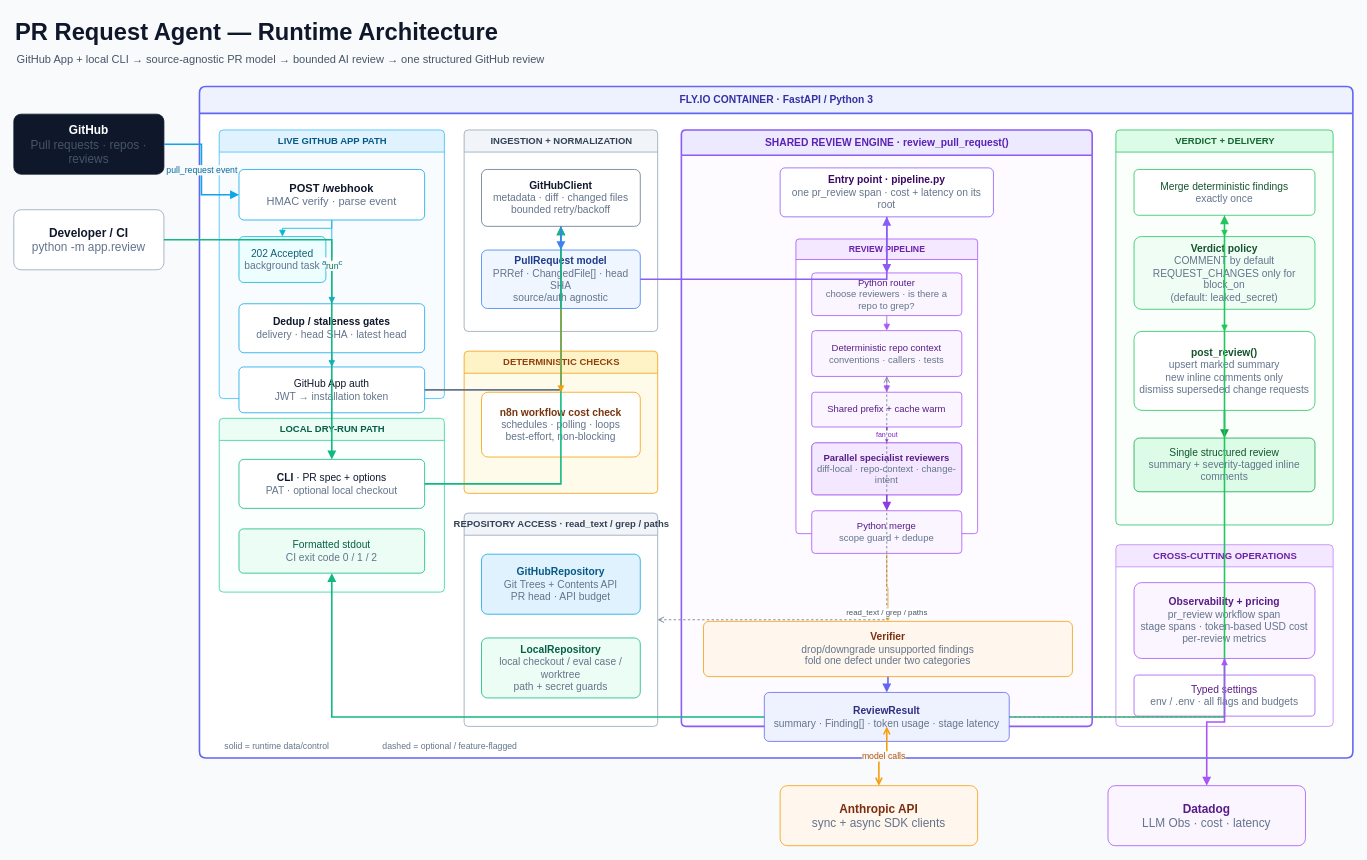
This is docs/pr-request-agent-architecture.drawio from snacksnack/pr_agent, a draw.io file, before an edit. Source tidied: cells renumbered, new cells numbered last; positions are measured from the earlier drawing's top-left corner, leaving out a move shared by most shapes. Both pictures are drawn from the tidied source at 79%, with x=0, y=0 at pixel (13, 13).
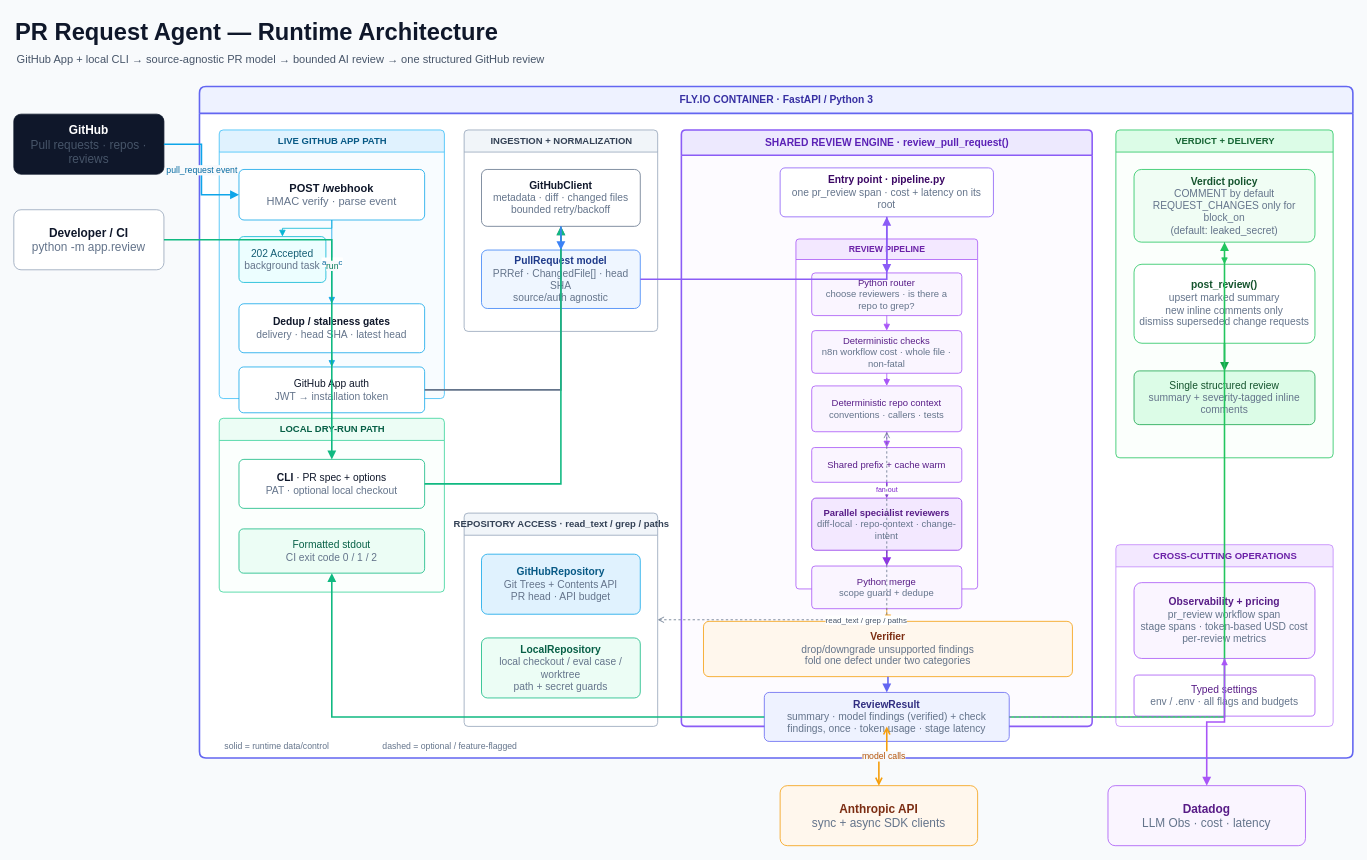
After the change.

Commit message (it also covers changes not shown here):
RC1-425: decision record, working notes, diagram

The change refers to these unchanged cells:
```xml
<mxCell id="8" value="FLY.IO CONTAINER · FastAPI / Python 3" style="swimlane;html=1;horizontal=1;startSize=34;rounded=1;fillColor=#EEF2FF;swimlaneFillColor=#FFFFFF;strokeColor=#6366F1;strokeWidth=2;fontColor=#3730A3;fontFamily=Helvetica;fontSize=13;fontStyle=1;arcSize=8;" parent="1" vertex="1">
  <mxGeometry x="235" y="92" width="1460" height="850" as="geometry" />
</mxCell>
<mxCell id="19" value="&lt;b&gt;PullRequest model&lt;/b&gt;&lt;br&gt;&lt;font color=&quot;#64748B&quot;&gt;PRRef · ChangedFile[] · head SHA&lt;br&gt;source/auth agnostic&lt;/font&gt;" style="rounded=1;whiteSpace=wrap;html=1;fillColor=#EFF6FF;strokeColor=#3B82F6;fontColor=#1E3A8A;fontFamily=Helvetica;fontSize=13;arcSize=10;spacing=8;" parent="17" vertex="1">
  <mxGeometry x="22" y="152" width="201" height="74" as="geometry" />
</mxCell>
<mxCell id="25" value="SHARED REVIEW ENGINE · review_pull_request()" style="swimlane;html=1;horizontal=1;startSize=32;rounded=1;fillColor=#EDE9FE;swimlaneFillColor=#FDFBFF;strokeColor=#8B5CF6;strokeWidth=2;fontColor=#5B21B6;fontFamily=Helvetica;fontSize=13;fontStyle=1;arcSize=6;" parent="8" vertex="1">
  <mxGeometry x="610" y="55" width="520" height="755" as="geometry" />
</mxCell>
<mxCell id="28" value="Python router&lt;br&gt;&lt;font color=&quot;#64748B&quot;&gt;choose reviewers · is there a repo to grep?&lt;/font&gt;" style="rounded=1;whiteSpace=wrap;html=1;fillColor=#FAF5FF;strokeColor=#A855F7;fontColor=#581C87;fontFamily=Helvetica;fontSize=12;arcSize=8;spacing=6;" parent="27" vertex="1">
  <mxGeometry x="20" y="43" width="190" height="54" as="geometry" />
</mxCell>
```

Change to the diagram source:
```diff
@@
-    <mxCell id="20" value="DETERMINISTIC CHECKS" style="swimlane;html=1;horizontal=1;startSize=28;rounded=1;fillColor=#FEF3C7;swimlaneFillColor=#FFFBEB;strokeColor=#F59E0B;fontColor=#92400E;fontFamily=Helvetica;fontSize=12;fontStyle=1;arcSize=6;" parent="8" vertex="1">
-      <mxGeometry x="335" y="335" width="245" height="180" as="geometry" />
-    </mxCell>
-    <mxCell id="21" value="&lt;b&gt;n8n workflow cost check&lt;/b&gt;&lt;br&gt;&lt;font color=&quot;#64748B&quot;&gt;schedules · polling · loops&lt;br&gt;best-effort, non-blocking&lt;/font&gt;" style="rounded=1;whiteSpace=wrap;html=1;fillColor=#FFFFFF;strokeColor=#F59E0B;fontColor=#78350F;fontFamily=Helvetica;fontSize=13;arcSize=10;spacing=8;" parent="20" vertex="1">
-      <mxGeometry x="22" y="52" width="201" height="82" as="geometry" />
-    </mxCell>
@@
     <mxCell id="27" value="REVIEW PIPELINE" style="swimlane;html=1;horizontal=1;startSize=26;rounded=1;fillColor=#F3E8FF;swimlaneFillColor=#FFFFFF;strokeColor=#A855F7;fontColor=#6B21A8;fontFamily=Helvetica;fontSize=11;fontStyle=1;arcSize=5;" parent="25" vertex="1">
-      <mxGeometry x="145" y="138" width="230" height="373" as="geometry" />
+      <mxGeometry x="145" y="138" width="230" height="443" as="geometry" />
     </mxCell>
@@
+    <mxCell id="71" value="Deterministic checks&lt;br&gt;&lt;font color=&quot;#64748B&quot;&gt;n8n workflow cost · whole file · non-fatal&lt;/font&gt;" style="rounded=1;whiteSpace=wrap;html=1;fillColor=#FAF5FF;strokeColor=#A855F7;fontColor=#581C87;fontFamily=Helvetica;fontSize=12;arcSize=8;spacing=6;" parent="27" vertex="1">
+      <mxGeometry x="20" y="116" width="190" height="54" as="geometry" />
+    </mxCell>
     <mxCell id="29" value="Deterministic repo context&lt;br&gt;&lt;font color=&quot;#64748B&quot;&gt;conventions · callers · tests&lt;/font&gt;" style="rounded=1;whiteSpace=wrap;html=1;fillColor=#FAF5FF;strokeColor=#A855F7;fontColor=#581C87;fontFamily=Helvetica;fontSize=12;arcSize=8;spacing=6;" parent="27" vertex="1">
-      <mxGeometry x="20" y="116" width="190" height="58" as="geometry" />
+      <mxGeometry x="20" y="186" width="190" height="58" as="geometry" />
     </mxCell>
     <mxCell id="30" value="Shared prefix + cache warm" style="rounded=1;whiteSpace=wrap;html=1;fillColor=#FAF5FF;strokeColor=#A855F7;fontColor=#581C87;fontFamily=Helvetica;fontSize=12;arcSize=8;spacing=6;" parent="27" vertex="1">
-      <mxGeometry x="20" y="194" width="190" height="44" as="geometry" />
+      <mxGeometry x="20" y="264" width="190" height="44" as="geometry" />
     </mxCell>
     <mxCell id="31" value="&lt;b&gt;Parallel specialist reviewers&lt;/b&gt;&lt;br&gt;&lt;font color=&quot;#64748B&quot;&gt;diff-local · repo-context · change-intent&lt;/font&gt;" style="rounded=1;whiteSpace=wrap;html=1;fillColor=#F3E8FF;strokeColor=#9333EA;fontColor=#581C87;fontFamily=Helvetica;fontSize=12;arcSize=8;spacing=6;" parent="27" vertex="1">
-      <mxGeometry x="20" y="258" width="190" height="66" as="geometry" />
+      <mxGeometry x="20" y="328" width="190" height="66" as="geometry" />
     </mxCell>
     <mxCell id="32" value="Python merge&lt;br&gt;&lt;font color=&quot;#64748B&quot;&gt;scope guard + dedupe&lt;/font&gt;" style="rounded=1;whiteSpace=wrap;html=1;fillColor=#FAF5FF;strokeColor=#A855F7;fontColor=#581C87;fontFamily=Helvetica;fontSize=12;arcSize=8;spacing=6;" parent="27" vertex="1">
-      <mxGeometry x="20" y="344" width="190" height="54" as="geometry" />
+      <mxGeometry x="20" y="414" width="190" height="54" as="geometry" />
     </mxCell>
@@
-    <mxCell id="34" value="&lt;b&gt;ReviewResult&lt;/b&gt;&lt;br&gt;&lt;font color=&quot;#64748B&quot;&gt;summary · Finding[] · token usage · stage latency&lt;/font&gt;" style="rounded=1;whiteSpace=wrap;html=1;fillColor=#EEF2FF;strokeColor=#6366F1;fontColor=#312E81;fontFamily=Helvetica;fontSize=13;arcSize=10;spacing=8;" parent="25" vertex="1">
+    <mxCell id="34" value="&lt;b&gt;ReviewResult&lt;/b&gt;&lt;br&gt;&lt;font color=&quot;#64748B&quot;&gt;summary · model findings (verified) + check findings, once · token usage · stage latency&lt;/font&gt;" style="rounded=1;whiteSpace=wrap;html=1;fillColor=#EEF2FF;strokeColor=#6366F1;fontColor=#312E81;fontFamily=Helvetica;fontSize=13;arcSize=10;spacing=8;" parent="25" vertex="1">
       <mxGeometry x="105" y="712" width="310" height="62" as="geometry" />
     </mxCell>
     <mxCell id="35" value="VERDICT + DELIVERY" style="swimlane;html=1;horizontal=1;startSize=28;rounded=1;fillColor=#DCFCE7;swimlaneFillColor=#FBFFFC;strokeColor=#22C55E;fontColor=#166534;fontFamily=Helvetica;fontSize=12;fontStyle=1;arcSize=6;" parent="8" vertex="1">
-      <mxGeometry x="1160" y="55" width="275" height="500" as="geometry" />
+      <mxGeometry x="1160" y="55" width="275" height="415" as="geometry" />
     </mxCell>
-    <mxCell id="36" value="Merge deterministic findings&lt;br&gt;&lt;font color=&quot;#64748B&quot;&gt;exactly once&lt;/font&gt;" style="rounded=1;whiteSpace=wrap;html=1;fillColor=#FFFFFF;strokeColor=#22C55E;fontColor=#14532D;fontFamily=Helvetica;fontSize=13;arcSize=10;spacing=8;" parent="35" vertex="1">
-      <mxGeometry x="23" y="50" width="229" height="58" as="geometry" />
-    </mxCell>
     <mxCell id="37" value="&lt;b&gt;Verdict policy&lt;/b&gt;&lt;br&gt;&lt;font color=&quot;#64748B&quot;&gt;COMMENT by default&lt;br&gt;REQUEST_CHANGES only for block_on&lt;br&gt;(default: leaked_secret)&lt;/font&gt;" style="rounded=1;whiteSpace=wrap;html=1;fillColor=#F0FDF4;strokeColor=#22C55E;fontColor=#14532D;fontFamily=Helvetica;fontSize=13;arcSize=10;spacing=8;" parent="35" vertex="1">
-      <mxGeometry x="23" y="135" width="229" height="92" as="geometry" />
+      <mxGeometry x="23" y="50" width="229" height="92" as="geometry" />
     </mxCell>
     <mxCell id="38" value="&lt;b&gt;post_review()&lt;/b&gt;&lt;br&gt;&lt;font color=&quot;#64748B&quot;&gt;upsert marked summary&lt;br&gt;new inline comments only&lt;br&gt;dismiss superseded change requests&lt;/font&gt;" style="rounded=1;whiteSpace=wrap;html=1;fillColor=#FFFFFF;strokeColor=#22C55E;fontColor=#14532D;fontFamily=Helvetica;fontSize=13;arcSize=10;spacing=8;" parent="35" vertex="1">
-      <mxGeometry x="23" y="255" width="229" height="100" as="geometry" />
+      <mxGeometry x="23" y="170" width="229" height="100" as="geometry" />
     </mxCell>
     <mxCell id="39" value="Single structured review&lt;br&gt;&lt;font color=&quot;#64748B&quot;&gt;summary + severity-tagged inline comments&lt;/font&gt;" style="rounded=1;whiteSpace=wrap;html=1;fillColor=#DCFCE7;strokeColor=#16A34A;fontColor=#14532D;fontFamily=Helvetica;fontSize=13;arcSize=10;spacing=8;" parent="35" vertex="1">
-      <mxGeometry x="23" y="390" width="229" height="68" as="geometry" />
+      <mxGeometry x="23" y="305" width="229" height="68" as="geometry" />
     </mxCell>
@@
-    <mxCell id="53" style="edgeStyle=orthogonalEdgeStyle;rounded=0;html=1;strokeColor=#F59E0B;endArrow=block;endFill=1;" parent="8" edge="1" source="19" target="21">
-      <mxGeometry relative="1" as="geometry" />
-    </mxCell>
@@
-    <mxCell id="56" style="edgeStyle=orthogonalEdgeStyle;rounded=0;html=1;strokeColor=#A855F7;endArrow=block;endFill=1;" parent="27" edge="1" source="28" target="29">
-      <mxGeometry relative="1" as="geometry" />
-    </mxCell>
+    <mxCell id="72" style="edgeStyle=orthogonalEdgeStyle;rounded=0;html=1;strokeColor=#A855F7;endArrow=block;endFill=1;" parent="27" edge="1" source="28" target="71">
+      <mxGeometry relative="1" as="geometry" />
+    </mxCell>
+    <mxCell id="73" style="edgeStyle=orthogonalEdgeStyle;rounded=0;html=1;strokeColor=#A855F7;endArrow=block;endFill=1;" parent="27" edge="1" source="71" target="29">
+      <mxGeometry relative="1" as="geometry" />
+    </mxCell>
@@
-    <mxCell id="64" style="edgeStyle=orthogonalEdgeStyle;rounded=0;html=1;strokeColor=#22C55E;strokeWidth=2;endArrow=block;endFill=1;" parent="8" edge="1" source="34" target="36">
-      <mxGeometry relative="1" as="geometry" />
-    </mxCell>
-    <mxCell id="65" style="edgeStyle=orthogonalEdgeStyle;rounded=0;html=1;strokeColor=#22C55E;endArrow=block;endFill=1;" parent="35" edge="1" source="36" target="37">
-      <mxGeometry relative="1" as="geometry" />
-    </mxCell>
+    <mxCell id="74" style="edgeStyle=orthogonalEdgeStyle;rounded=0;html=1;strokeColor=#22C55E;strokeWidth=2;endArrow=block;endFill=1;" parent="8" edge="1" source="34" target="37">
+      <mxGeometry relative="1" as="geometry" />
+    </mxCell>
```
